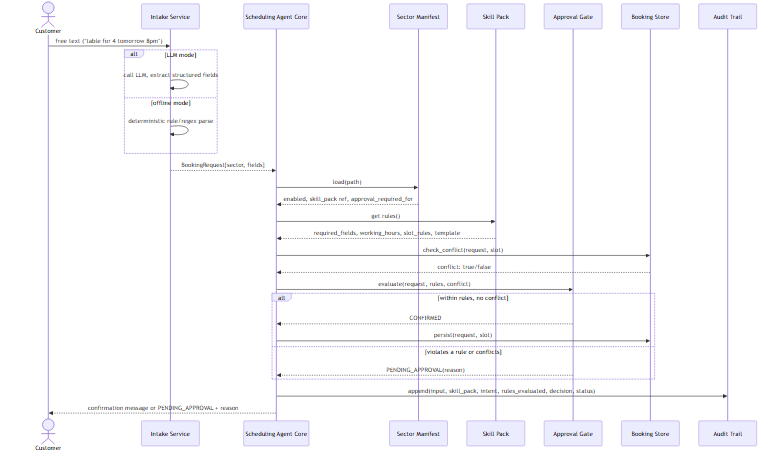
Before: diagrams/sequence-diagram.png, a diagram exported from Mermaid (AhmedOmer013/eais-scheduling-agent). Its source is kept beside it as diagrams/sequence-diagram.mmd.
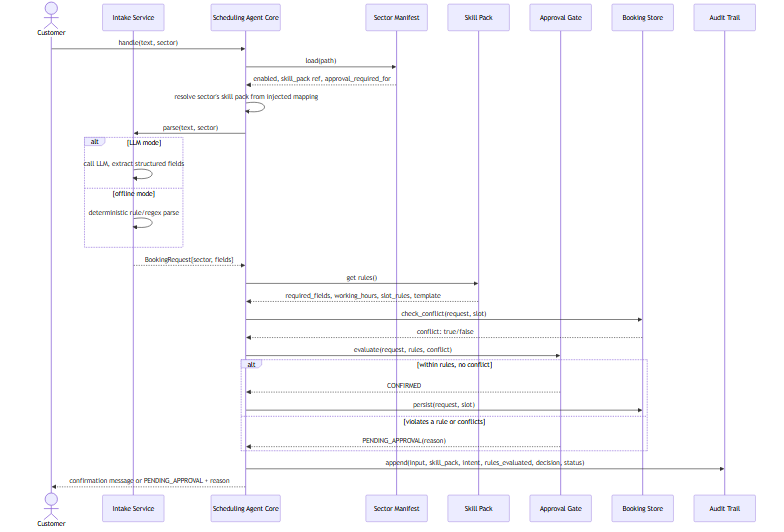
The same diagram one commit later.

Commit message:
Fix remaining diagram sync gaps found in T6 review

Diff of the diagram source:
```diff
@@ -8,15 +8,17 @@
     participant Store as Booking Store
     participant Audit as Audit Trail
 
-    Cust->>Intake: free text ("table for 4 tomorrow 8pm")
+    Cust->>Core: handle(text, sector)
+    Core->>Manifest: load(path)
+    Manifest-->>Core: enabled, skill_pack ref, approval_required_for
+    Core->>Core: resolve sector's skill pack from injected mapping
+    Core->>Intake: parse(text, sector)
     alt LLM mode
         Intake->>Intake: call LLM, extract structured fields
     else offline mode
         Intake->>Intake: deterministic rule/regex parse
     end
     Intake-->>Core: BookingRequest{sector, fields}
-    Core->>Manifest: load(path)
-    Manifest-->>Core: enabled, skill_pack ref, approval_required_for
     Core->>SP: get rules()
     SP-->>Core: required_fields, working_hours, slot_rules, template
     Core->>Store: check_conflict(request, slot)
```
